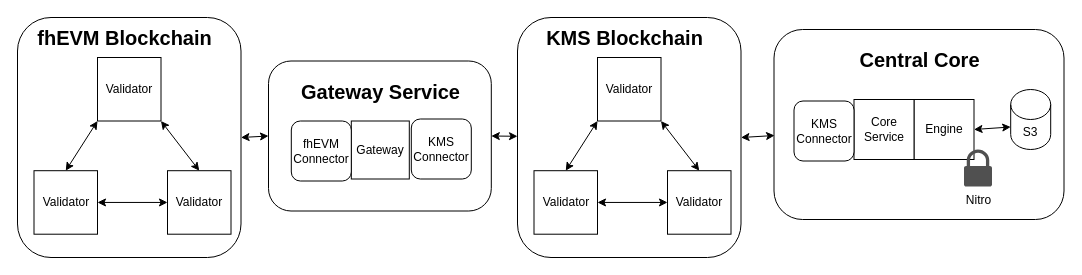
Above: central.drawio in zama-ai/fhevm (draw.io), before the change. Source tidied: cells renumbered, new cells numbered last; positions are measured from the earlier drawing's top-left corner, leaving out a move shared by most shapes. Both pictures are drawn from the tidied source at 100%, with x=0, y=0 at pixel (17, 17).
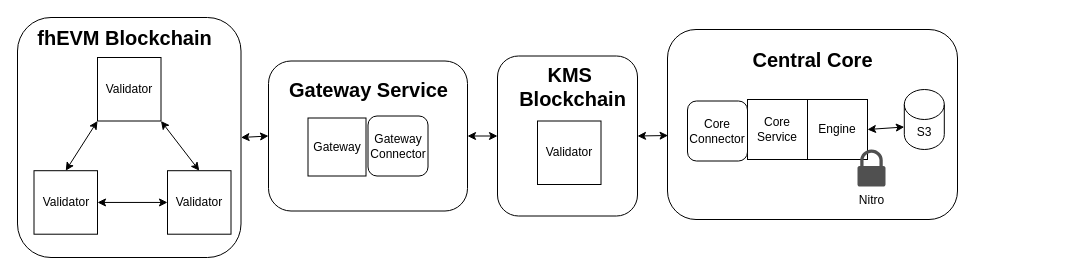
Above is the later version.

Diff of the diagram source:
```diff
@@
     <mxCell id="2" value="&lt;font style=&quot;font-size: 20px;&quot;&gt;&lt;b&gt;KMS blockchain&lt;/b&gt;&lt;/font&gt;" style="rounded=1;whiteSpace=wrap;html=1;fontColor=none;noLabel=1;labelBackgroundColor=none;" parent="1" vertex="1">
-      <mxGeometry x="756.5" y="12" width="290" height="190" as="geometry" />
+      <mxGeometry x="650" y="12" width="290" height="190" as="geometry" />
     </mxCell>
     <mxCell id="3" value="&lt;font style=&quot;font-size: 20px;&quot;&gt;&lt;b&gt;KMS blockchain&lt;/b&gt;&lt;/font&gt;" style="rounded=1;whiteSpace=wrap;html=1;fontColor=none;noLabel=1;labelBackgroundColor=none;" parent="1" vertex="1">
-      <mxGeometry x="251" y="43.5" width="222.8" height="150" as="geometry" />
+      <mxGeometry x="251" y="43.5" width="199" height="150" as="geometry" />
     </mxCell>
     <mxCell id="4" value="&lt;font style=&quot;font-size: 20px;&quot;&gt;&lt;b&gt;KMS blockchain&lt;/b&gt;&lt;/font&gt;" style="rounded=1;whiteSpace=wrap;html=1;fontColor=none;noLabel=1;labelBackgroundColor=none;" parent="1" vertex="1">
-      <mxGeometry x="500" width="223.5" height="240" as="geometry" />
+      <mxGeometry x="480" y="38.5" width="140" height="160" as="geometry" />
     </mxCell>
     <mxCell id="5" value="S3" style="shape=cylinder3;whiteSpace=wrap;html=1;boundedLbl=1;backgroundOutline=1;size=15;" parent="1" vertex="1">
-      <mxGeometry x="993.2" y="72" width="40" height="60" as="geometry" />
+      <mxGeometry x="886.8" y="72" width="40" height="60" as="geometry" />
     </mxCell>
     <mxCell id="6" value="Engine" style="whiteSpace=wrap;html=1;" parent="1" vertex="1">
-      <mxGeometry x="896.5" y="82" width="60" height="60" as="geometry" />
+      <mxGeometry x="790" y="82" width="60" height="60" as="geometry" />
     </mxCell>
     <mxCell id="7" value="Nitro" style="sketch=0;shadow=0;dashed=0;html=1;strokeColor=none;fillColor=#505050;labelPosition=center;verticalLabelPosition=bottom;verticalAlign=top;align=center;shape=mxgraph.office.security.lock_protected;" parent="1" vertex="1">
-      <mxGeometry x="946.5" y="132" width="28" height="37" as="geometry" />
+      <mxGeometry x="840" y="132" width="28" height="37" as="geometry" />
     </mxCell>
@@
     <mxCell id="9" value="Core Service" style="whiteSpace=wrap;html=1;" parent="1" vertex="1">
-      <mxGeometry x="836.5" y="82" width="60" height="60" as="geometry" />
+      <mxGeometry x="730" y="82" width="60" height="60" as="geometry" />
     </mxCell>
-    <mxCell id="10" value="KMS Connector" style="rounded=1;whiteSpace=wrap;html=1;" parent="1" vertex="1">
-      <mxGeometry x="776.5" y="83.5" width="60" height="60" as="geometry" />
+    <mxCell id="10" value="Core Connector" style="rounded=1;whiteSpace=wrap;html=1;" parent="1" vertex="1">
+      <mxGeometry x="670" y="83.5" width="60" height="60" as="geometry" />
     </mxCell>
     <mxCell id="11" value="Validator" style="whiteSpace=wrap;html=1;" parent="1" vertex="1">
-      <mxGeometry x="580" y="40" width="63.5" height="63.5" as="geometry" />
+      <mxGeometry x="520" y="103.5" width="63.5" height="63.5" as="geometry" />
     </mxCell>
-    <mxCell id="12" value="Validator" style="whiteSpace=wrap;html=1;" parent="1" vertex="1">
-      <mxGeometry x="516.5" y="153.2" width="63.5" height="63.5" as="geometry" />
-    </mxCell>
-    <mxCell id="13" value="Validator" style="whiteSpace=wrap;html=1;" parent="1" vertex="1">
-      <mxGeometry x="650" y="153.2" width="63.5" height="63.5" as="geometry" />
-    </mxCell>
-    <mxCell id="14" style="endArrow=classic;startArrow=classic;html=1;rounded=0;entryX=0;entryY=1;entryDx=0;entryDy=0;exitX=0.5;exitY=0;exitDx=0;exitDy=0;" parent="1" edge="1" source="12" target="11">
-      <mxGeometry relative="1" as="geometry" />
-    </mxCell>
-    <mxCell id="15" style="endArrow=classic;startArrow=classic;html=1;rounded=0;entryX=1;entryY=1;entryDx=0;entryDy=0;exitX=0.5;exitY=0;exitDx=0;exitDy=0;" parent="1" edge="1" source="13" target="11">
-      <mxGeometry relative="1" as="geometry" />
-    </mxCell>
-    <mxCell id="16" style="endArrow=classic;startArrow=classic;html=1;rounded=0;entryX=0;entryY=0.5;entryDx=0;entryDy=0;exitX=1;exitY=0.5;exitDx=0;exitDy=0;" parent="1" edge="1" source="12" target="13">
-      <mxGeometry relative="1" as="geometry" />
-    </mxCell>
+    <mxCell id="34" style="edgeStyle=orthogonalEdgeStyle;rounded=0;orthogonalLoop=1;jettySize=auto;html=1;" parent="1" edge="1">
+      <mxGeometry relative="1" as="geometry">
+        <mxPoint x="570" y="185" as="targetPoint" />
+      </mxGeometry>
+    </mxCell>
-    <mxCell id="17" value="&lt;font style=&quot;font-size: 20px;&quot;&gt;&lt;b&gt;KMS Blockchain&lt;/b&gt;&lt;/font&gt;" style="text;html=1;align=center;verticalAlign=middle;strokeColor=none;fillColor=none;" parent="1" vertex="1">
-      <mxGeometry x="516.5" width="180" height="40" as="geometry" />
+    <mxCell id="17" value="&lt;font style=&quot;font-size: 20px;&quot;&gt;&lt;b&gt;KMS&amp;nbsp;&lt;/b&gt;&lt;/font&gt;&lt;div&gt;&lt;font style=&quot;font-size: 20px;&quot;&gt;&lt;b&gt;Blockchain&lt;/b&gt;&lt;/font&gt;&lt;/div&gt;" style="text;html=1;align=center;verticalAlign=middle;strokeColor=none;fillColor=none;" parent="1" vertex="1">
+      <mxGeometry x="490" y="38.5" width="130" height="60" as="geometry" />
     </mxCell>
@@
     <mxCell id="19" value="Gateway" style="whiteSpace=wrap;html=1;" parent="1" vertex="1">
-      <mxGeometry x="333.8" y="103.5" width="58" height="58" as="geometry" />
+      <mxGeometry x="290.5" y="100.5" width="58" height="58" as="geometry" />
     </mxCell>
-    <mxCell id="20" value="KMS Connector" style="rounded=1;whiteSpace=wrap;html=1;" parent="1" vertex="1">
-      <mxGeometry x="393.8" y="101.5" width="60" height="60" as="geometry" />
+    <mxCell id="20" value="Gateway Connector" style="rounded=1;whiteSpace=wrap;html=1;" parent="1" vertex="1">
+      <mxGeometry x="350.5" y="98.5" width="60" height="60" as="geometry" />
     </mxCell>
@@
-    <mxCell id="22" value="fhEVM Connector" style="rounded=1;whiteSpace=wrap;html=1;" parent="1" vertex="1">
-      <mxGeometry x="273.8" y="103.5" width="60" height="60" as="geometry" />
-    </mxCell>
     <mxCell id="23" value="&lt;font style=&quot;font-size: 20px;&quot;&gt;&lt;b&gt;Gateway Service&lt;/b&gt;&lt;/font&gt;" style="text;html=1;align=center;verticalAlign=middle;strokeColor=none;fillColor=none;" parent="1" vertex="1">
-      <mxGeometry x="272.8" y="53.5" width="180" height="40" as="geometry" />
+      <mxGeometry x="260.5" y="51.8" width="180" height="40" as="geometry" />
     </mxCell>
@@
     <mxCell id="33" value="&lt;span style=&quot;font-size: 20px;&quot;&gt;&lt;b&gt;Central Core&lt;/b&gt;&lt;/span&gt;" style="text;html=1;align=center;verticalAlign=middle;strokeColor=none;fillColor=none;" parent="1" vertex="1">
-      <mxGeometry x="831.5" y="22" width="140" height="40" as="geometry" />
+      <mxGeometry x="725" y="22" width="140" height="40" as="geometry" />
     </mxCell>
```
